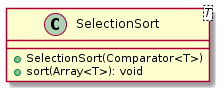
Above: malokhvii-eduard/malokhvii05/doc/plantuml/png/ua.khpi.oop.malokhvii05.common.algorithms.sort.SelectionSort.png in P-Kalin/kit26a (PlantUML), before the change.
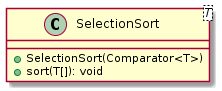
After the commit.

Change to the diagram source:
```diff
@@ -2,7 +2,7 @@
 
     class SelectionSort<T> {
         +SelectionSort(Comparator<T>)
-        +sort(Array<T>): void
+        +sort(T[]): void
     }
 
 @enduml
```
